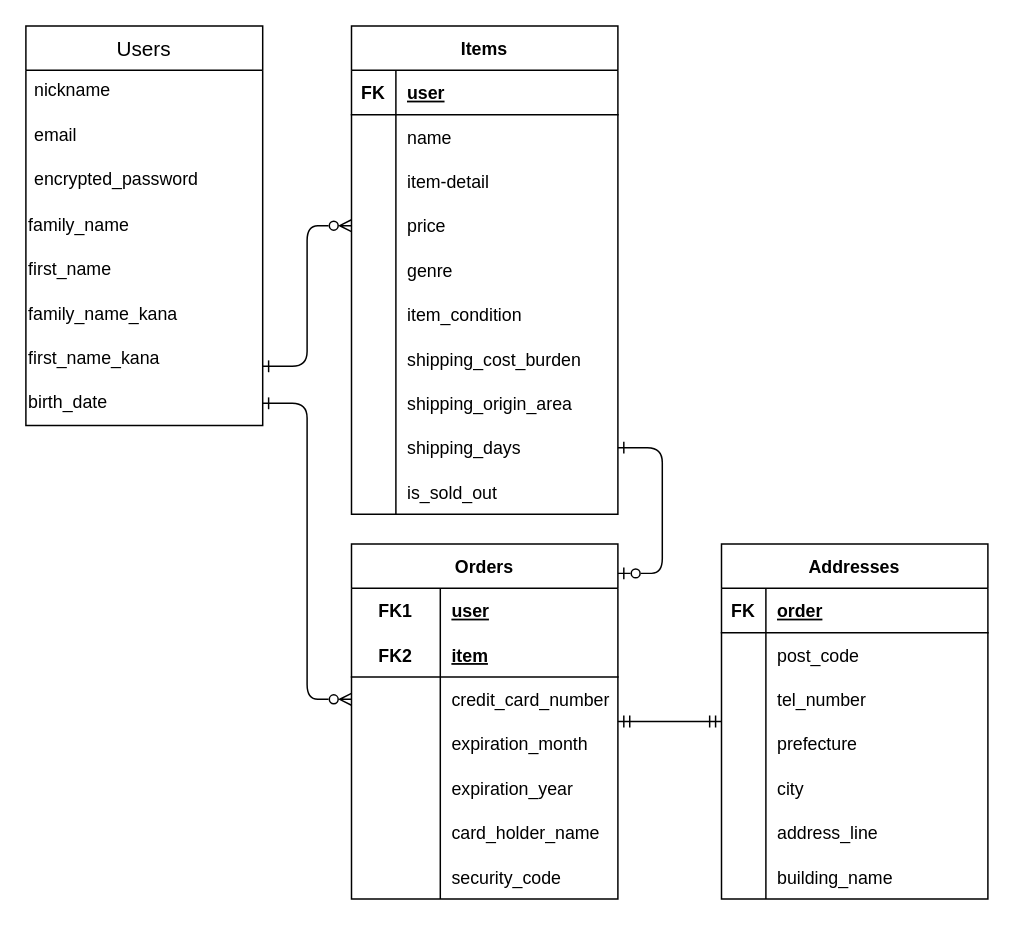
This is furima.dio from takedataisei/furima-40744, a draw.io file, before an edit. Source tidied: cells renumbered, new cells numbered last; positions are measured from the earlier drawing's top-left corner, leaving out a move shared by most shapes. Both pictures are drawn from the tidied source at 148%, with x=0, y=0 at pixel (25, 25).
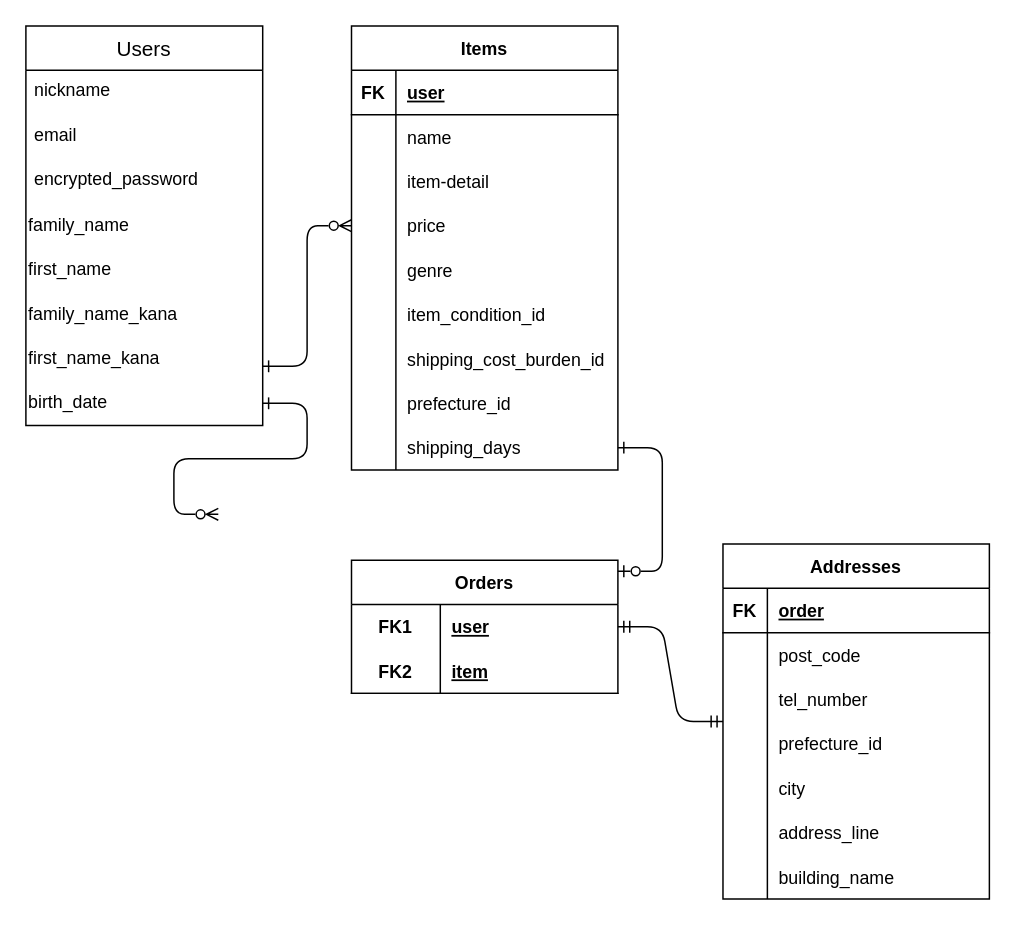
Above is the later version.

Unchanged cells that the change refers to:
```xml
<mxCell id="10" value="birth_date" style="text;html=1;align=left;verticalAlign=middle;points=[];strokeColor=none;fillColor=none;" parent="2" vertex="1">
  <mxGeometry y="240" width="160" height="30" as="geometry" />
</mxCell>
<mxCell id="27" style="shape=tableRow;horizontal=0;startSize=0;swimlaneHead=0;swimlaneBody=0;fillColor=none;top=0;left=0;right=0;bottom=0;" parent="11" vertex="1">
  <mxGeometry y="180" width="180" height="30" as="geometry" />
</mxCell>
<mxCell id="30" style="shape=tableRow;horizontal=0;startSize=0;swimlaneHead=0;swimlaneBody=0;fillColor=none;top=0;left=0;right=0;bottom=0;" parent="11" vertex="1">
  <mxGeometry y="210" width="180" height="30" as="geometry" />
</mxCell>
<mxCell id="33" style="shape=tableRow;horizontal=0;startSize=0;swimlaneHead=0;swimlaneBody=0;fillColor=none;top=0;left=0;right=0;bottom=0;" parent="11" vertex="1">
  <mxGeometry y="240" width="180" height="30" as="geometry" />
</mxCell>
<mxCell id="52" style="shape=tableRow;horizontal=0;startSize=0;swimlaneHead=0;swimlaneBody=0;fillColor=none;top=0;left=0;right=0;bottom=0;" parent="42" vertex="1">
  <mxGeometry y="120" width="180" height="30" as="geometry" />
</mxCell>
```

Diff of the diagram source:
```diff
@@
     <mxCell id="11" value="Items" style="shape=table;startSize=30;childLayout=tableLayout;rowLines=0;fontStyle=1;align=center;" parent="1" vertex="1">
-      <mxGeometry x="220" width="180" height="330" as="geometry" />
+      <mxGeometry x="220" width="180" height="300" as="geometry" />
     </mxCell>
@@
-    <mxCell id="29" value="item_condition" style="shape=partialRectangle;fillColor=none;top=0;left=0;bottom=0;right=0;align=left;spacingLeft=6;overflow=hidden;" parent="27" vertex="1">
+    <mxCell id="29" value="item_condition_id" style="shape=partialRectangle;fillColor=none;top=0;left=0;bottom=0;right=0;align=left;spacingLeft=6;overflow=hidden;" parent="27" vertex="1">
       <mxGeometry x="30" width="150" height="30" as="geometry" />
     </mxCell>
@@
-    <mxCell id="32" value="shipping_cost_burden" style="shape=partialRectangle;fillColor=none;top=0;left=0;bottom=0;right=0;align=left;spacingLeft=6;overflow=hidden;" parent="30" vertex="1">
+    <mxCell id="32" value="shipping_cost_burden_id" style="shape=partialRectangle;fillColor=none;top=0;left=0;bottom=0;right=0;align=left;spacingLeft=6;overflow=hidden;" parent="30" vertex="1">
       <mxGeometry x="30" width="150" height="30" as="geometry" />
     </mxCell>
@@
-    <mxCell id="35" value="shipping_origin_area" style="shape=partialRectangle;fillColor=none;top=0;left=0;bottom=0;right=0;align=left;spacingLeft=6;overflow=hidden;" parent="33" vertex="1">
+    <mxCell id="35" value="prefecture_id" style="shape=partialRectangle;fillColor=none;top=0;left=0;bottom=0;right=0;align=left;spacingLeft=6;overflow=hidden;" parent="33" vertex="1">
       <mxGeometry x="30" width="150" height="30" as="geometry" />
     </mxCell>
@@
-    <mxCell id="39" style="shape=tableRow;horizontal=0;startSize=0;swimlaneHead=0;swimlaneBody=0;fillColor=none;top=0;left=0;right=0;bottom=0;" parent="11" vertex="1">
-      <mxGeometry y="300" width="180" height="30" as="geometry" />
-    </mxCell>
-    <mxCell id="40" style="shape=partialRectangle;fillColor=none;top=0;left=0;bottom=0;right=0;overflow=hidden;" parent="39" vertex="1">
-      <mxGeometry width="30" height="30" as="geometry" />
-    </mxCell>
-    <mxCell id="41" value="is_sold_out" style="shape=partialRectangle;fillColor=none;top=0;left=0;bottom=0;right=0;align=left;spacingLeft=6;overflow=hidden;" parent="39" vertex="1">
-      <mxGeometry x="30" width="150" height="30" as="geometry" />
-    </mxCell>
     <mxCell id="42" value="Addresses" style="shape=table;startSize=30;childLayout=tableLayout;rowLines=0;fontStyle=1;align=center;" parent="1" vertex="1">
-      <mxGeometry x="470" y="350" width="180" height="240" as="geometry" />
+      <mxGeometry x="471" y="350" width="180" height="240" as="geometry" />
     </mxCell>
@@
-    <mxCell id="54" value="prefecture" style="shape=partialRectangle;fillColor=none;top=0;left=0;bottom=0;right=0;align=left;spacingLeft=6;overflow=hidden;" parent="52" vertex="1">
+    <mxCell id="54" value="prefecture_id" style="shape=partialRectangle;fillColor=none;top=0;left=0;bottom=0;right=0;align=left;spacingLeft=6;overflow=hidden;" parent="52" vertex="1">
       <mxGeometry x="30" width="150" height="30" as="geometry" />
     </mxCell>
@@
     <mxCell id="64" value="Orders" style="shape=table;startSize=30;childLayout=tableLayout;rowLines=0;fontStyle=1;align=center;" parent="1" vertex="1">
-      <mxGeometry x="220" y="350" width="180" height="240" as="geometry" />
+      <mxGeometry x="220" y="361" width="180" height="90" as="geometry" />
     </mxCell>
@@
-    <mxCell id="71" style="shape=tableRow;horizontal=0;startSize=0;swimlaneHead=0;swimlaneBody=0;fillColor=none;points=[[0,0.5],[1,0.5]];portConstraint=eastwest;top=0;left=0;right=0;bottom=0;" parent="64" vertex="1">
-      <mxGeometry y="90" width="180" height="30" as="geometry" />
-    </mxCell>
-    <mxCell id="72" style="shape=partialRectangle;fillColor=none;top=0;left=0;bottom=0;right=0;overflow=hidden;" parent="71" vertex="1">
-      <mxGeometry width="60" height="30" as="geometry" />
-    </mxCell>
-    <mxCell id="73" value="credit_card_number" style="shape=partialRectangle;fillColor=none;top=0;left=0;bottom=0;right=0;align=left;spacingLeft=6;overflow=hidden;" parent="71" vertex="1">
-      <mxGeometry x="60" width="120" height="30" as="geometry" />
-    </mxCell>
-    <mxCell id="74" style="shape=tableRow;horizontal=0;startSize=0;swimlaneHead=0;swimlaneBody=0;fillColor=none;top=0;left=0;right=0;bottom=0;" parent="64" vertex="1">
-      <mxGeometry y="120" width="180" height="30" as="geometry" />
-    </mxCell>
-    <mxCell id="75" style="shape=partialRectangle;fillColor=none;top=0;left=0;bottom=0;right=0;overflow=hidden;" parent="74" vertex="1">
-      <mxGeometry width="60" height="30" as="geometry" />
-    </mxCell>
-    <mxCell id="76" value="expiration_month" style="shape=partialRectangle;fillColor=none;top=0;left=0;bottom=0;right=0;align=left;spacingLeft=6;overflow=hidden;" parent="74" vertex="1">
-      <mxGeometry x="60" width="120" height="30" as="geometry" />
-    </mxCell>
-    <mxCell id="77" style="shape=tableRow;horizontal=0;startSize=0;swimlaneHead=0;swimlaneBody=0;fillColor=none;top=0;left=0;right=0;bottom=0;" parent="64" vertex="1">
-      <mxGeometry y="150" width="180" height="30" as="geometry" />
-    </mxCell>
-    <mxCell id="78" style="shape=partialRectangle;fillColor=none;top=0;left=0;bottom=0;right=0;overflow=hidden;" parent="77" vertex="1">
-      <mxGeometry width="60" height="30" as="geometry" />
-    </mxCell>
-    <mxCell id="79" value="expiration_year" style="shape=partialRectangle;fillColor=none;top=0;left=0;bottom=0;right=0;align=left;spacingLeft=6;overflow=hidden;" parent="77" vertex="1">
-      <mxGeometry x="60" width="120" height="30" as="geometry" />
-    </mxCell>
-    <mxCell id="80" style="shape=tableRow;horizontal=0;startSize=0;swimlaneHead=0;swimlaneBody=0;fillColor=none;top=0;left=0;right=0;bottom=0;" parent="64" vertex="1">
-      <mxGeometry y="180" width="180" height="30" as="geometry" />
-    </mxCell>
-    <mxCell id="81" style="shape=partialRectangle;fillColor=none;top=0;left=0;bottom=0;right=0;overflow=hidden;" parent="80" vertex="1">
-      <mxGeometry width="60" height="30" as="geometry" />
-    </mxCell>
-    <mxCell id="82" value="card_holder_name" style="shape=partialRectangle;fillColor=none;top=0;left=0;bottom=0;right=0;align=left;spacingLeft=6;overflow=hidden;" parent="80" vertex="1">
-      <mxGeometry x="60" width="120" height="30" as="geometry" />
-    </mxCell>
-    <mxCell id="83" style="shape=tableRow;horizontal=0;startSize=0;swimlaneHead=0;swimlaneBody=0;fillColor=none;top=0;left=0;right=0;bottom=0;" parent="64" vertex="1">
-      <mxGeometry y="210" width="180" height="30" as="geometry" />
-    </mxCell>
-    <mxCell id="84" style="shape=partialRectangle;fillColor=none;top=0;left=0;bottom=0;right=0;overflow=hidden;" parent="83" vertex="1">
-      <mxGeometry width="60" height="30" as="geometry" />
-    </mxCell>
-    <mxCell id="85" value="security_code" style="shape=partialRectangle;fillColor=none;top=0;left=0;bottom=0;right=0;align=left;spacingLeft=6;overflow=hidden;" parent="83" vertex="1">
-      <mxGeometry x="60" width="120" height="30" as="geometry" />
-    </mxCell>
@@
-    <mxCell id="87" style="edgeStyle=entityRelationEdgeStyle;fontSize=12;html=1;endArrow=ERzeroToMany;startArrow=ERone;entryX=0;entryY=0.5;entryDx=0;entryDy=0;startFill=0;endFill=0;" parent="1" edge="1" source="10" target="71">
-      <mxGeometry relative="1" as="geometry" />
+    <mxCell id="87" style="edgeStyle=entityRelationEdgeStyle;fontSize=12;html=1;endArrow=ERzeroToMany;startArrow=ERone;entryX=0;entryY=0.5;entryDx=0;entryDy=0;startFill=0;endFill=0;" parent="1" edge="1" source="10">
+      <mxGeometry relative="1" as="geometry">
+        <mxPoint x="130" y="330" as="targetPoint" />
+      </mxGeometry>
     </mxCell>
```
